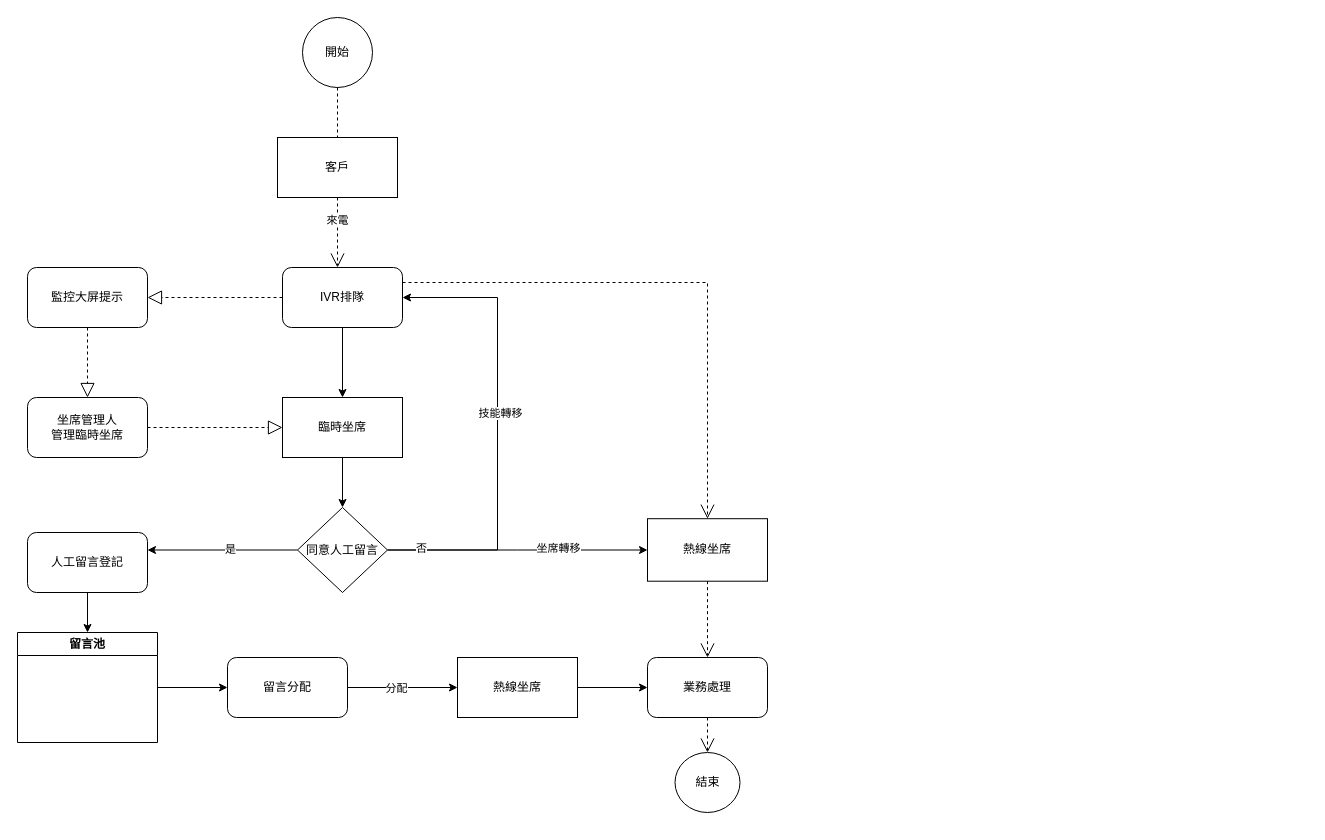
Before: 最终Pick Call.drawio in 2571788183/-, a draw.io diagram. Source tidied: cells renumbered, new cells numbered last; positions are measured from the earlier drawing's top-left corner, leaving out a move shared by most shapes. Both pictures are drawn from the tidied source at 100%, with x=0, y=0 at pixel (17, 17).
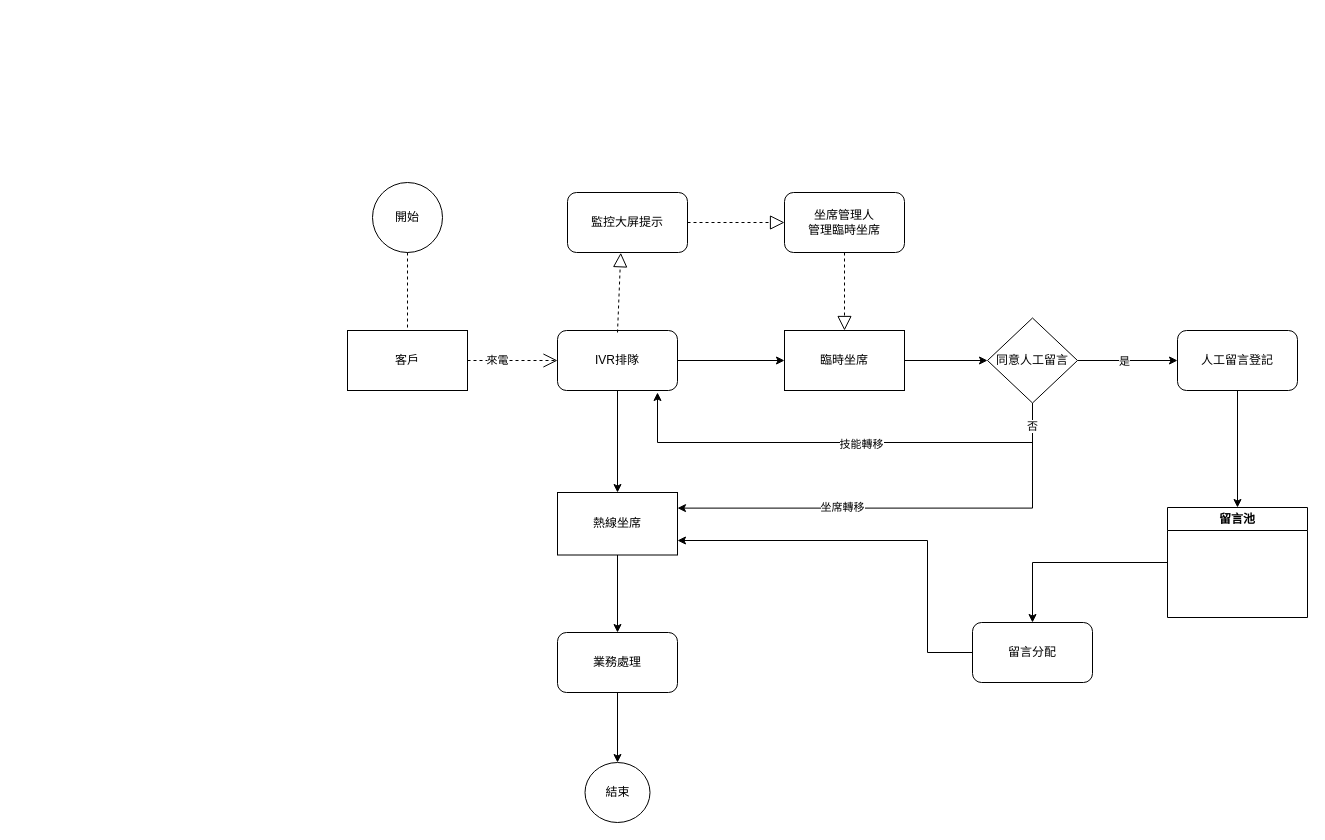
Above is the later version.

What changed in the source:
```diff
@@
     <mxCell id="2" value="客戶" style="rounded=0;whiteSpace=wrap;html=1;" parent="1" vertex="1">
-      <mxGeometry x="260" y="120" width="120" height="60" as="geometry" />
+      <mxGeometry x="330" y="313" width="120" height="60" as="geometry" />
     </mxCell>
-    <mxCell id="3" style="edgeStyle=orthogonalEdgeStyle;rounded=0;jettySize=auto;html=1;exitX=0.5;exitY=1;exitDx=0;exitDy=0;" parent="1" edge="1" source="14" target="5">
-      <mxGeometry relative="1" as="geometry" />
-    </mxCell>
-    <mxCell id="4" style="edgeStyle=orthogonalEdgeStyle;rounded=0;jettySize=auto;html=1;" parent="1" edge="1" source="5" target="13">
+    <mxCell id="4" style="edgeStyle=orthogonalEdgeStyle;rounded=0;jettySize=auto;html=1;exitX=1;exitY=0.5;exitDx=0;exitDy=0;" parent="1" edge="1" source="5" target="13">
       <mxGeometry relative="1" as="geometry" />
     </mxCell>
     <mxCell id="5" value="臨時坐席" style="whiteSpace=wrap;html=1;rounded=0;" parent="1" vertex="1">
-      <mxGeometry x="265" y="380" width="120" height="60" as="geometry" />
+      <mxGeometry x="767" y="313" width="120" height="60" as="geometry" />
     </mxCell>
-    <mxCell id="6" style="edgeStyle=orthogonalEdgeStyle;rounded=0;jettySize=auto;html=1;exitX=0;exitY=0.5;exitDx=0;exitDy=0;" parent="1" edge="1" source="13" target="16">
-      <mxGeometry relative="1" as="geometry">
-        <Array as="points">
-          <mxPoint x="90" y="533" />
-          <mxPoint x="90" y="533" />
-        </Array>
-      </mxGeometry>
+    <mxCell id="6" style="edgeStyle=orthogonalEdgeStyle;rounded=0;jettySize=auto;html=1;exitX=1;exitY=0.5;exitDx=0;exitDy=0;entryX=0;entryY=0.5;entryDx=0;entryDy=0;" parent="1" edge="1" source="13" target="16">
+      <mxGeometry relative="1" as="geometry" />
     </mxCell>
     <mxCell id="7" value="是" style="edgeLabel;html=1;align=center;verticalAlign=middle;" parent="6" vertex="1">
-      <mxGeometry x="-0.1" y="-1" relative="1" as="geometry" />
+      <mxGeometry x="-0.08" relative="1" as="geometry" />
     </mxCell>
-    <mxCell id="8" style="edgeStyle=orthogonalEdgeStyle;rounded=0;jettySize=auto;html=1;exitX=1;exitY=0.5;exitDx=0;exitDy=0;entryX=1;entryY=0.5;entryDx=0;entryDy=0;" parent="1" edge="1" source="13" target="14">
-      <mxGeometry relative="1" as="geometry">
-        <Array as="points">
-          <mxPoint x="480" y="533" />
-          <mxPoint x="480" y="280" />
-        </Array>
-      </mxGeometry>
-    </mxCell>
+    <mxCell id="38" style="edgeStyle=orthogonalEdgeStyle;rounded=0;jettySize=auto;html=1;exitX=0.5;exitY=1;exitDx=0;exitDy=0;" parent="1" edge="1" source="13">
+      <mxGeometry relative="1" as="geometry">
+        <mxPoint x="640" y="375" as="targetPoint" />
+        <Array as="points">
+          <mxPoint x="1015" y="425" />
+          <mxPoint x="640" y="425" />
+        </Array>
+      </mxGeometry>
+    </mxCell>
-    <mxCell id="9" value="技能轉移" style="edgeLabel;html=1;align=center;verticalAlign=middle;" parent="8" vertex="1">
-      <mxGeometry x="0.08" y="-2" relative="1" as="geometry" />
+    <mxCell id="9" value="技能轉移" style="edgeLabel;html=1;align=center;verticalAlign=middle;" parent="38" vertex="1">
+      <mxGeometry x="-0.09" y="1" relative="1" as="geometry" />
     </mxCell>
-    <mxCell id="10" style="edgeStyle=orthogonalEdgeStyle;rounded=0;jettySize=auto;html=1;" parent="1" edge="1" source="13" target="26">
+    <mxCell id="10" style="edgeStyle=orthogonalEdgeStyle;rounded=0;jettySize=auto;html=1;exitX=0.5;exitY=1;exitDx=0;exitDy=0;entryX=1;entryY=0.25;entryDx=0;entryDy=0;" parent="1" edge="1" source="13" target="26">
       <mxGeometry relative="1" as="geometry" />
     </mxCell>
     <mxCell id="11" value="否" style="edgeLabel;html=1;align=center;verticalAlign=middle;" parent="10" vertex="1">
-      <mxGeometry x="-0.75" y="2" relative="1" as="geometry" />
+      <mxGeometry x="-0.9" y="-1" relative="1" as="geometry" />
     </mxCell>
     <mxCell id="12" value="坐席轉移" style="edgeLabel;html=1;align=center;verticalAlign=middle;" parent="10" vertex="1">
-      <mxGeometry x="0.31" y="2" relative="1" as="geometry" />
+      <mxGeometry x="0.29" y="1" relative="1" as="geometry">
+        <mxPoint x="1" y="-2" as="offset" />
+      </mxGeometry>
     </mxCell>
     <mxCell id="13" value="同意人工留言" style="rhombus;whiteSpace=wrap;html=1;rounded=0;" parent="1" vertex="1">
-      <mxGeometry x="280" y="490" width="90" height="85" as="geometry" />
+      <mxGeometry x="970" y="300.5" width="90" height="85" as="geometry" />
     </mxCell>
+    <mxCell id="3" style="edgeStyle=orthogonalEdgeStyle;rounded=0;jettySize=auto;html=1;entryX=0;entryY=0.5;entryDx=0;entryDy=0;" parent="1" edge="1" source="14" target="5">
+      <mxGeometry relative="1" as="geometry" />
+    </mxCell>
+    <mxCell id="32" style="edgeStyle=orthogonalEdgeStyle;rounded=0;jettySize=auto;html=1;exitX=0.5;exitY=1;exitDx=0;exitDy=0;" parent="1" edge="1" source="14" target="26">
+      <mxGeometry relative="1" as="geometry" />
+    </mxCell>
     <mxCell id="14" value="IVR排隊" style="rounded=1;whiteSpace=wrap;html=1;" parent="1" vertex="1">
-      <mxGeometry x="265" y="250" width="120" height="60" as="geometry" />
+      <mxGeometry x="540" y="313" width="120" height="60" as="geometry" />
     </mxCell>
@@
     <mxCell id="16" value="人工留言登記" style="rounded=1;whiteSpace=wrap;html=1;" parent="1" vertex="1">
-      <mxGeometry x="10" y="515" width="120" height="60" as="geometry" />
+      <mxGeometry x="1160" y="313" width="120" height="60" as="geometry" />
     </mxCell>
-    <mxCell id="17" style="edgeStyle=orthogonalEdgeStyle;rounded=0;jettySize=auto;html=1;entryX=0;entryY=0.5;entryDx=0;entryDy=0;" parent="1" edge="1" source="18" target="27">
-      <mxGeometry relative="1" as="geometry" />
-    </mxCell>
-    <mxCell id="18" value="熱線坐席" style="whiteSpace=wrap;html=1;" parent="1" vertex="1">
-      <mxGeometry x="440" y="640" width="120" height="60" as="geometry" />
-    </mxCell>
-    <mxCell id="19" style="edgeStyle=orthogonalEdgeStyle;rounded=0;jettySize=auto;html=1;" parent="1" edge="1" source="21" target="18">
-      <mxGeometry relative="1" as="geometry" />
-    </mxCell>
-    <mxCell id="20" value="分配" style="edgeLabel;html=1;align=center;verticalAlign=middle;" parent="19" vertex="1">
-      <mxGeometry x="-0.12" relative="1" as="geometry" />
-    </mxCell>
+    <mxCell id="39" style="edgeStyle=orthogonalEdgeStyle;rounded=0;jettySize=auto;html=1;exitX=0;exitY=0.5;exitDx=0;exitDy=0;entryX=1;entryY=0.75;entryDx=0;entryDy=0;" parent="1" edge="1" source="21">
+      <mxGeometry relative="1" as="geometry">
+        <mxPoint x="660" y="523" as="targetPoint" />
+        <Array as="points">
+          <mxPoint x="910" y="635" />
+          <mxPoint x="910" y="523" />
+        </Array>
+      </mxGeometry>
+    </mxCell>
     <mxCell id="21" value="留言分配" style="rounded=1;whiteSpace=wrap;html=1;" parent="1" vertex="1">
-      <mxGeometry x="210" y="640" width="120" height="60" as="geometry" />
+      <mxGeometry x="955" y="605" width="120" height="60" as="geometry" />
     </mxCell>
@@
     <mxCell id="23" value="留言池" style="swimlane;whiteSpace=wrap;html=1;startSize=23;" parent="1" vertex="1">
-      <mxGeometry y="615" width="140" height="110" as="geometry" />
+      <mxGeometry x="1150" y="490" width="140" height="110" as="geometry" />
     </mxCell>
     <mxCell id="24" value="開始" style="ellipse;whiteSpace=wrap;html=1;" parent="1" vertex="1">
-      <mxGeometry x="285" width="70" height="70" as="geometry" />
+      <mxGeometry x="355" y="165" width="70" height="70" as="geometry" />
     </mxCell>
@@
+    <mxCell id="29" style="edgeStyle=orthogonalEdgeStyle;rounded=0;jettySize=auto;html=1;exitX=0.5;exitY=1;exitDx=0;exitDy=0;entryX=0.5;entryY=0;entryDx=0;entryDy=0;" parent="1" edge="1" source="26" target="27">
+      <mxGeometry relative="1" as="geometry" />
+    </mxCell>
     <mxCell id="26" value="熱線坐席" style="whiteSpace=wrap;html=1;rounded=0;" parent="1" vertex="1">
-      <mxGeometry x="630" y="501.2" width="120" height="62.5" as="geometry" />
+      <mxGeometry x="540" y="475" width="120" height="62.5" as="geometry" />
     </mxCell>
+    <mxCell id="30" style="edgeStyle=orthogonalEdgeStyle;rounded=0;jettySize=auto;html=1;exitX=0.5;exitY=1;exitDx=0;exitDy=0;" parent="1" edge="1" source="27" target="28">
+      <mxGeometry relative="1" as="geometry" />
+    </mxCell>
     <mxCell id="27" value="業務處理" style="whiteSpace=wrap;html=1;rounded=1;" parent="1" vertex="1">
-      <mxGeometry x="630" y="640" width="120" height="60" as="geometry" />
+      <mxGeometry x="540" y="615" width="120" height="60" as="geometry" />
     </mxCell>
     <mxCell id="28" value="結束" style="ellipse;whiteSpace=wrap;html=1;rounded=1;" parent="1" vertex="1">
-      <mxGeometry x="657.5" y="735" width="65" height="60" as="geometry" />
+      <mxGeometry x="567.5" y="745" width="65" height="60" as="geometry" />
     </mxCell>
-    <mxCell id="29" style="endArrow=open;endSize=12;dashed=1;html=1;rounded=0;entryX=0.5;entryY=0;entryDx=0;entryDy=0;exitX=0.5;exitY=1;exitDx=0;exitDy=0;" parent="1" edge="1" source="26" target="27">
-      <mxGeometry relative="1" as="geometry" />
-    </mxCell>
-    <mxCell id="30" style="endArrow=open;endSize=12;dashed=1;html=1;rounded=0;exitX=0.5;exitY=1;exitDx=0;exitDy=0;" parent="1" edge="1" source="27" target="28">
-      <mxGeometry relative="1" as="geometry" />
-    </mxCell>
-    <mxCell id="31" value="來電" style="endArrow=open;endSize=12;dashed=1;html=1;rounded=0;exitX=0.5;exitY=1;exitDx=0;exitDy=0;" parent="1" edge="1" source="2">
-      <mxGeometry x="-0.33" relative="1" as="geometry">
-        <mxPoint x="320" y="250" as="targetPoint" />
-      </mxGeometry>
+    <mxCell id="31" value="來電" style="endArrow=open;endSize=12;dashed=1;html=1;rounded=0;exitX=1;exitY=0.5;exitDx=0;exitDy=0;" parent="1" edge="1" source="2" target="14">
+      <mxGeometry x="-0.33" relative="1" as="geometry" />
     </mxCell>
-    <mxCell id="32" style="endArrow=open;endSize=12;dashed=1;html=1;rounded=0;exitX=1;exitY=0.25;exitDx=0;exitDy=0;entryX=0.5;entryY=0;entryDx=0;entryDy=0;" parent="1" edge="1" source="14" target="26">
-      <mxGeometry x="0.12" y="51" relative="1" as="geometry">
-        <Array as="points">
-          <mxPoint x="690" y="265" />
-        </Array>
-      </mxGeometry>
-    </mxCell>
     <mxCell id="33" value="監控大屏提示" style="rounded=1;whiteSpace=wrap;html=1;" parent="1" vertex="1">
-      <mxGeometry x="10" y="250" width="120" height="60" as="geometry" />
+      <mxGeometry x="550" y="175" width="120" height="60" as="geometry" />
     </mxCell>
     <mxCell id="34" value="坐席管理人&lt;br&gt;管理臨時坐席" style="whiteSpace=wrap;html=1;rounded=1;" parent="1" vertex="1">
-      <mxGeometry x="10" y="380" width="120" height="60" as="geometry" />
+      <mxGeometry x="767" y="175" width="120" height="60" as="geometry" />
     </mxCell>
-    <mxCell id="35" style="endArrow=block;dashed=1;endFill=0;endSize=12;html=1;rounded=0;entryX=0.5;entryY=0;entryDx=0;entryDy=0;exitX=0.5;exitY=1;exitDx=0;exitDy=0;" parent="1" edge="1" source="33" target="34">
+    <mxCell id="35" style="endArrow=block;dashed=1;endFill=0;endSize=12;html=1;rounded=0;entryX=0;entryY=0.5;entryDx=0;entryDy=0;exitX=1;exitY=0.5;exitDx=0;exitDy=0;" parent="1" edge="1" source="33" target="34">
       <mxGeometry relative="1" as="geometry" />
     </mxCell>
+    <mxCell id="40" style="edgeStyle=orthogonalEdgeStyle;rounded=0;orthogonalLoop=1;jettySize=auto;html=1;exitX=0.5;exitY=1;exitDx=0;exitDy=0;" parent="1" edge="1" source="26" target="26">
+      <mxGeometry relative="1" as="geometry" />
+    </mxCell>
-    <mxCell id="36" style="endArrow=block;dashed=1;endFill=0;endSize=12;html=1;rounded=0;entryX=1;entryY=0.5;entryDx=0;entryDy=0;exitX=0;exitY=0.5;exitDx=0;exitDy=0;" parent="1" edge="1" source="14" target="33">
+    <mxCell id="36" style="endArrow=block;dashed=1;endFill=0;endSize=12;html=1;rounded=0;exitX=0.5;exitY=0.033;exitDx=0;exitDy=0;entryX=0.444;entryY=1.004;entryDx=0;entryDy=0;entryPerimeter=0;exitPerimeter=0;" parent="1" edge="1" source="14" target="33">
       <mxGeometry relative="1" as="geometry" />
     </mxCell>
-    <mxCell id="37" style="endArrow=block;dashed=1;endFill=0;endSize=12;html=1;rounded=0;entryX=0;entryY=0.5;entryDx=0;entryDy=0;exitX=1;exitY=0.5;exitDx=0;exitDy=0;" parent="1" edge="1" source="34" target="5">
+    <mxCell id="37" style="endArrow=block;dashed=1;endFill=0;endSize=12;html=1;rounded=0;exitX=0.5;exitY=1;exitDx=0;exitDy=0;entryX=0.5;entryY=0;entryDx=0;entryDy=0;" parent="1" edge="1" source="34" target="5">
       <mxGeometry relative="1" as="geometry" />
     </mxCell>
```
